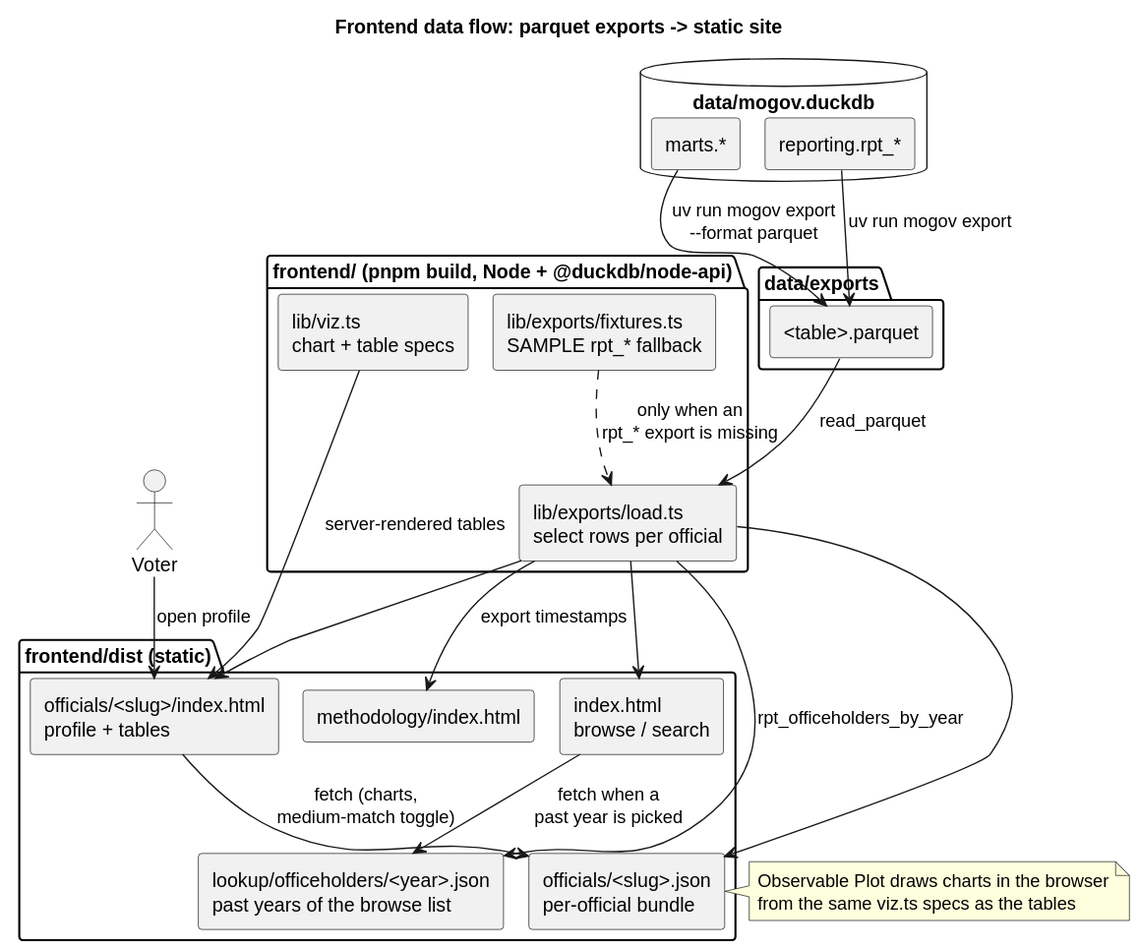
akettmann/missouri_gov_feed keeps this PlantUML diagram as docs/diagrams/frontend_data_flow.svg. Above is the earlier version. Its source is kept beside it as docs/diagrams/frontend_data_flow.puml.
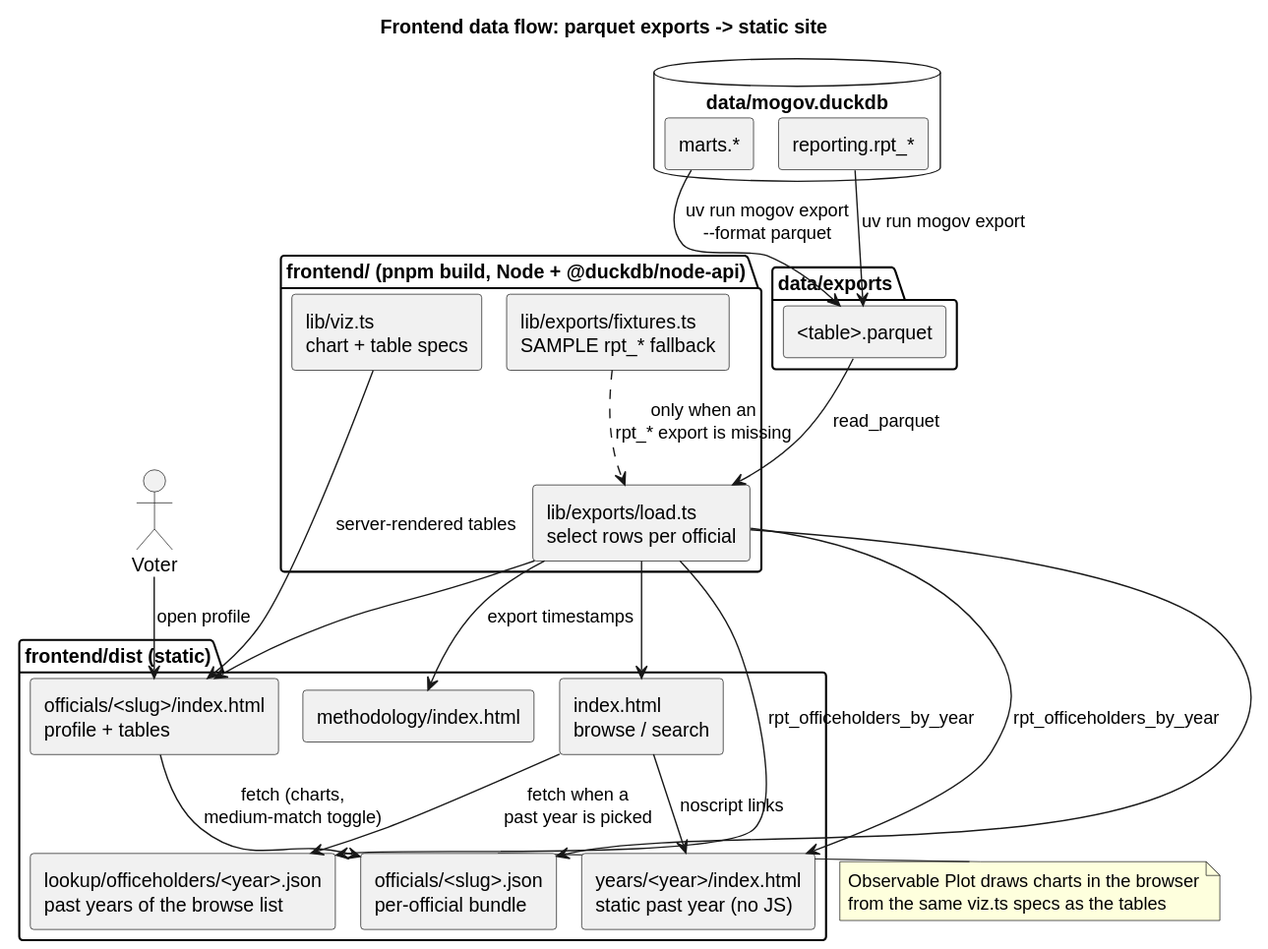
The same file after the commit.

Commit message:
Static year pages name the offices a year lacks; shared lookback helper; docs and nav fixes

Change to the diagram source:
```diff
@@ -20,6 +20,7 @@
 folder "frontend/dist (static)" as dist {
   [index.html\nbrowse / search] as idx
   [lookup/officeholders/<year>.json\npast years of the browse list] as yearjson
+  [years/<year>/index.html\nstatic past year (no JS)] as yearpage
   [officials/<slug>/index.html\nprofile + tables] as page
   [officials/<slug>.json\nper-official bundle] as json
   [methodology/index.html] as meth
@@ -34,6 +35,8 @@
 load --> idx
 load --> yearjson : rpt_officeholders_by_year
 idx --> yearjson : fetch when a\npast year is picked
+load --> yearpage : rpt_officeholders_by_year
+idx --> yearpage : noscript links
 load --> page
 load --> json
 load --> meth : export timestamps
```
